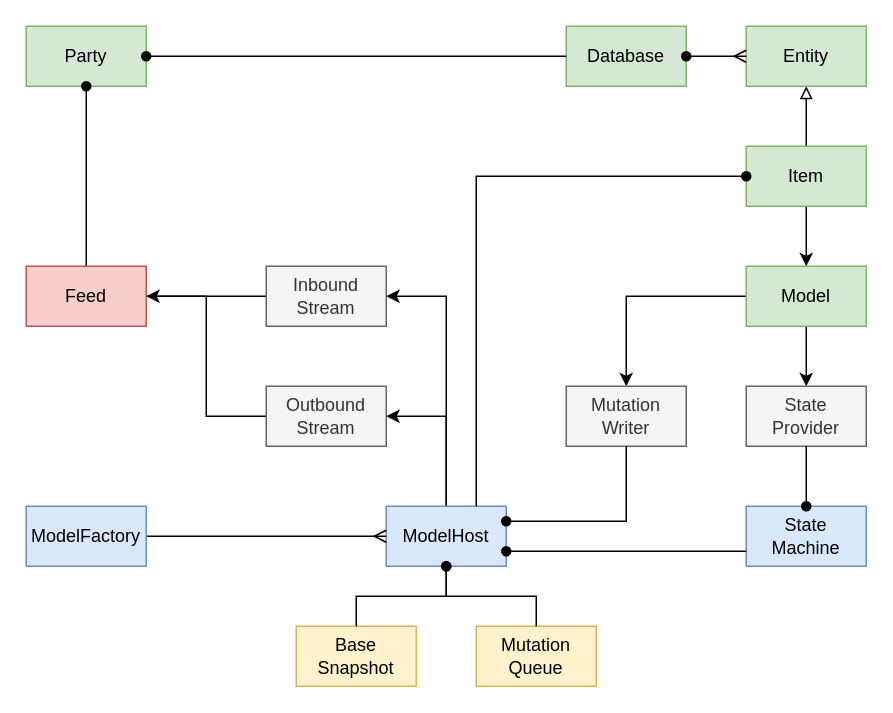
Before: docs/internal/Untitled Diagram.drawio in dxos/dxos, a draw.io diagram. Source tidied: cells renumbered, new cells numbered last; positions are measured from the earlier drawing's top-left corner, leaving out a move shared by most shapes. Both pictures are drawn from the tidied source at 150%, with x=0, y=0 at pixel (26, 26).
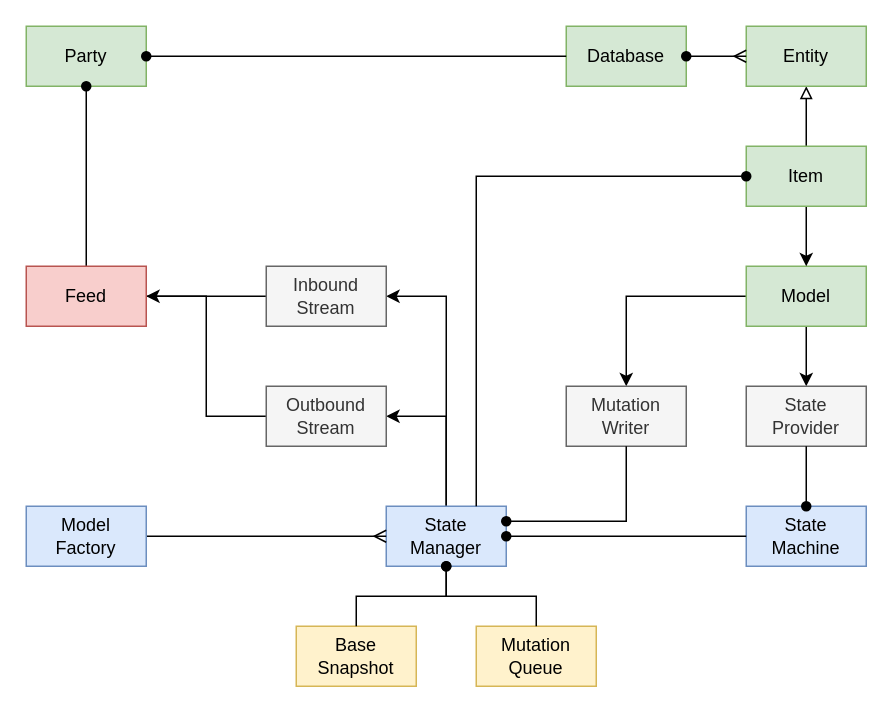
Above is the later version.

Unchanged cells that the change refers to:
```xml
<mxCell id="5" value="State&lt;br&gt;Machine" style="rounded=0;whiteSpace=wrap;html=1;fillColor=#dae8fc;strokeColor=#6c8ebf;" parent="1" vertex="1">
  <mxGeometry x="480" y="320" width="80" height="40" as="geometry" />
</mxCell>
```

Diff of the diagram source:
```diff
@@
-    <mxCell id="8" value="ModelHost" style="rounded=0;whiteSpace=wrap;html=1;fillColor=#dae8fc;strokeColor=#6c8ebf;" parent="1" vertex="1">
+    <mxCell id="8" value="State&lt;br&gt;Manager" style="rounded=0;whiteSpace=wrap;html=1;fillColor=#dae8fc;strokeColor=#6c8ebf;" parent="1" vertex="1">
       <mxGeometry x="240" y="320" width="80" height="40" as="geometry" />
     </mxCell>
@@
-    <mxCell id="13" value="ModelFactory" style="rounded=0;whiteSpace=wrap;html=1;fillColor=#dae8fc;strokeColor=#6c8ebf;" parent="1" vertex="1">
+    <mxCell id="13" value="Model&lt;br&gt;Factory" style="rounded=0;whiteSpace=wrap;html=1;fillColor=#dae8fc;strokeColor=#6c8ebf;" parent="1" vertex="1">
       <mxGeometry y="320" width="80" height="40" as="geometry" />
     </mxCell>
@@
-    <mxCell id="20" style="edgeStyle=orthogonalEdgeStyle;rounded=0;jettySize=auto;html=1;exitX=0;exitY=0.75;exitDx=0;exitDy=0;entryX=1;entryY=0.75;entryDx=0;entryDy=0;endArrow=oval;endFill=1;" parent="1" edge="1" source="5" target="8">
+    <mxCell id="20" style="edgeStyle=orthogonalEdgeStyle;rounded=0;jettySize=auto;html=1;entryX=1;entryY=0.5;entryDx=0;entryDy=0;endArrow=oval;endFill=1;" parent="1" edge="1" source="5" target="8">
       <mxGeometry relative="1" as="geometry" />
     </mxCell>
```
